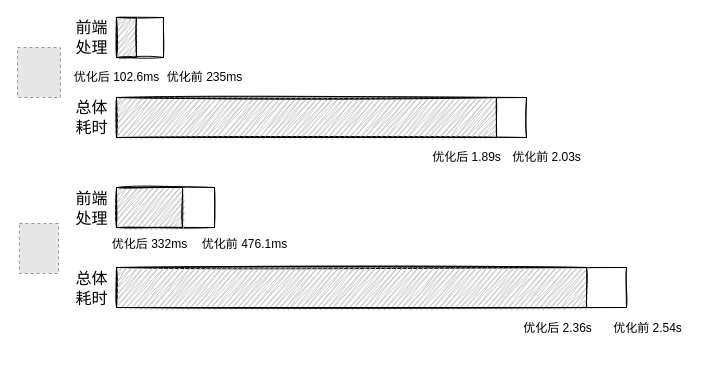
harrybaa/drawio keeps this draw.io diagram as 2021 Promotion/App Result 2.drawio. Above is the earlier version. Source tidied: cells renumbered, new cells numbered last; positions are measured from the earlier drawing's top-left corner, leaving out a move shared by most shapes. Both pictures are drawn from the tidied source at 100%, with x=0, y=0 at pixel (17, 17). Pictures stored in the file or linked from it are replaced by grey dashed boxes.
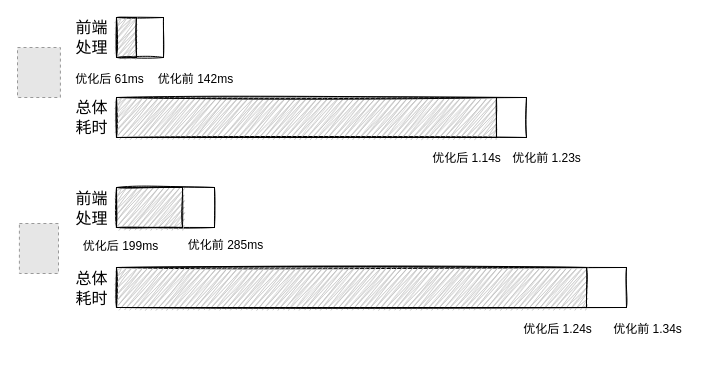
After the change.

Change to the diagram source:
```diff
@@
-    <mxCell id="8" value="优化后 1.89s" style="text;html=1;align=center;verticalAlign=middle;strokeColor=none;fillColor=none;" parent="1" vertex="1">
-      <mxGeometry x="409" y="130" width="80" height="20" as="geometry" />
+    <mxCell id="8" value="优化后 1.14s" style="text;html=1;align=center;verticalAlign=middle;strokeColor=none;fillColor=none;" parent="1" vertex="1">
+      <mxGeometry x="406" y="119" width="86" height="43" as="geometry" />
     </mxCell>
-    <mxCell id="9" value="优化前 2.03s" style="text;html=1;align=center;verticalAlign=middle;strokeColor=none;fillColor=none;" parent="1" vertex="1">
-      <mxGeometry x="489" y="130" width="80" height="20" as="geometry" />
+    <mxCell id="9" value="优化前 1.23s" style="text;html=1;align=center;verticalAlign=middle;strokeColor=none;fillColor=none;" parent="1" vertex="1">
+      <mxGeometry x="486" y="119" width="86" height="43" as="geometry" />
     </mxCell>
-    <mxCell id="10" value="优化前 2.54s" style="text;html=1;align=center;verticalAlign=middle;strokeColor=none;fillColor=none;" parent="1" vertex="1">
-      <mxGeometry x="590" y="301" width="80" height="20" as="geometry" />
+    <mxCell id="10" value="优化前 1.34s" style="text;html=1;align=center;verticalAlign=middle;strokeColor=none;fillColor=none;" parent="1" vertex="1">
+      <mxGeometry x="587" y="290" width="86" height="43" as="geometry" />
     </mxCell>
-    <mxCell id="11" value="优化后 2.36s" style="text;html=1;align=center;verticalAlign=middle;strokeColor=none;fillColor=none;" parent="1" vertex="1">
-      <mxGeometry x="500" y="301" width="80" height="20" as="geometry" />
+    <mxCell id="11" value="优化后 1.24s" style="text;html=1;align=center;verticalAlign=middle;strokeColor=none;fillColor=none;" parent="1" vertex="1">
+      <mxGeometry x="497" y="290" width="86" height="43" as="geometry" />
     </mxCell>
@@
-    <mxCell id="14" value="优化后 102.6ms" style="text;html=1;align=center;verticalAlign=middle;strokeColor=none;fillColor=none;" parent="1" vertex="1">
-      <mxGeometry x="49" y="50" width="100" height="20" as="geometry" />
+    <mxCell id="14" value="优化后 61ms" style="text;html=1;align=center;verticalAlign=middle;strokeColor=none;fillColor=none;" parent="1" vertex="1">
+      <mxGeometry x="49" y="40" width="86" height="43" as="geometry" />
     </mxCell>
-    <mxCell id="15" value="优化前 235ms" style="text;html=1;align=center;verticalAlign=middle;strokeColor=none;fillColor=none;" parent="1" vertex="1">
-      <mxGeometry x="142" y="50" width="90" height="20" as="geometry" />
+    <mxCell id="15" value="优化前 142ms" style="text;html=1;align=center;verticalAlign=middle;strokeColor=none;fillColor=none;" parent="1" vertex="1">
+      <mxGeometry x="135" y="40" width="86" height="43" as="geometry" />
     </mxCell>
@@
-    <mxCell id="20" value="优化前 476.1ms" style="text;html=1;align=center;verticalAlign=middle;strokeColor=none;fillColor=none;" parent="1" vertex="1">
-      <mxGeometry x="177" y="217" width="100" height="20" as="geometry" />
+    <mxCell id="20" value="优化前 285ms" style="text;html=1;align=center;verticalAlign=middle;strokeColor=none;fillColor=none;" parent="1" vertex="1">
+      <mxGeometry x="165" y="206" width="86" height="43" as="geometry" />
     </mxCell>
-    <mxCell id="21" value="优化后 332ms" style="text;html=1;align=center;verticalAlign=middle;strokeColor=none;fillColor=none;" parent="1" vertex="1">
-      <mxGeometry x="87" y="217" width="90" height="20" as="geometry" />
+    <mxCell id="21" value="优化后 199ms" style="text;html=1;align=center;verticalAlign=middle;strokeColor=none;fillColor=none;" parent="1" vertex="1">
+      <mxGeometry x="60" y="207" width="86" height="43" as="geometry" />
     </mxCell>
```
